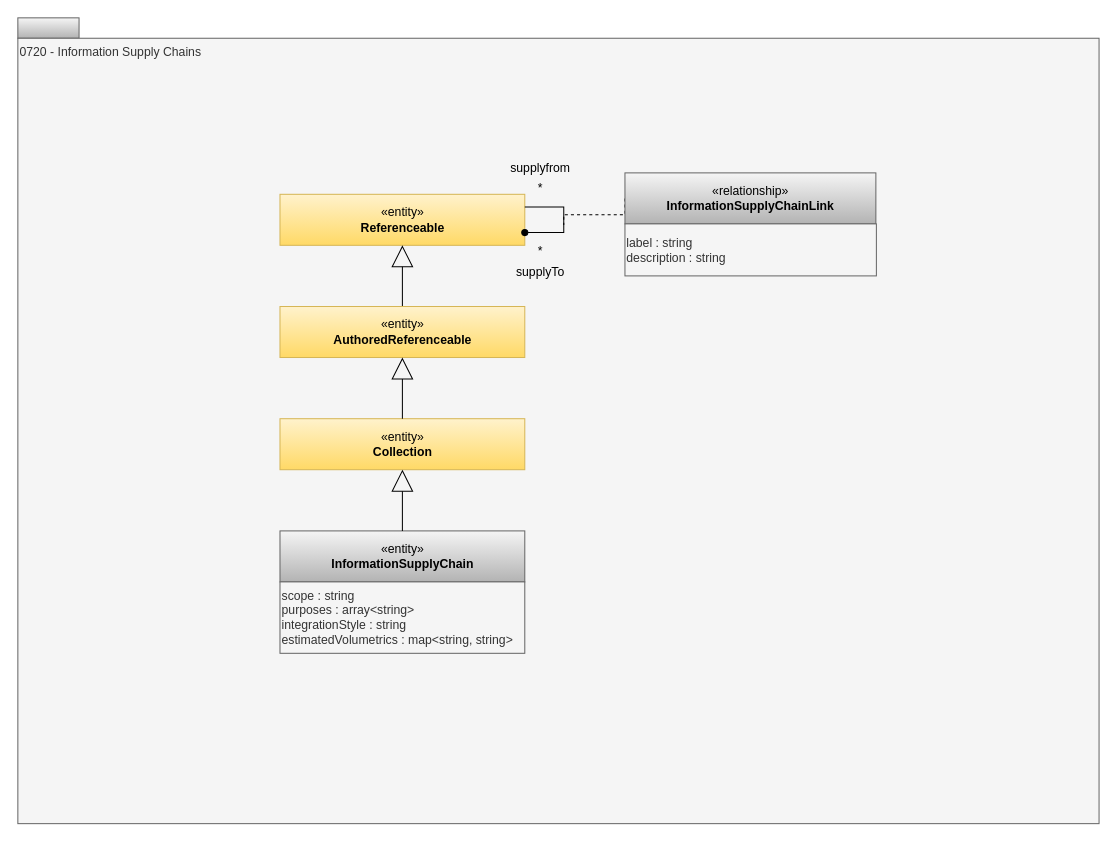
Before: page "0720-Information-Supply-Chains" (7 of 19) of site/docs/types/7/area-7-lineage.drawio in odpi/egeria-docs, a draw.io diagram. Source tidied: cells renumbered, new cells numbered last; positions are measured from the earlier drawing's top-left corner, leaving out a move shared by most shapes. Both pictures are drawn from the tidied source at 102%, with x=0, y=0 at pixel (17, 17).
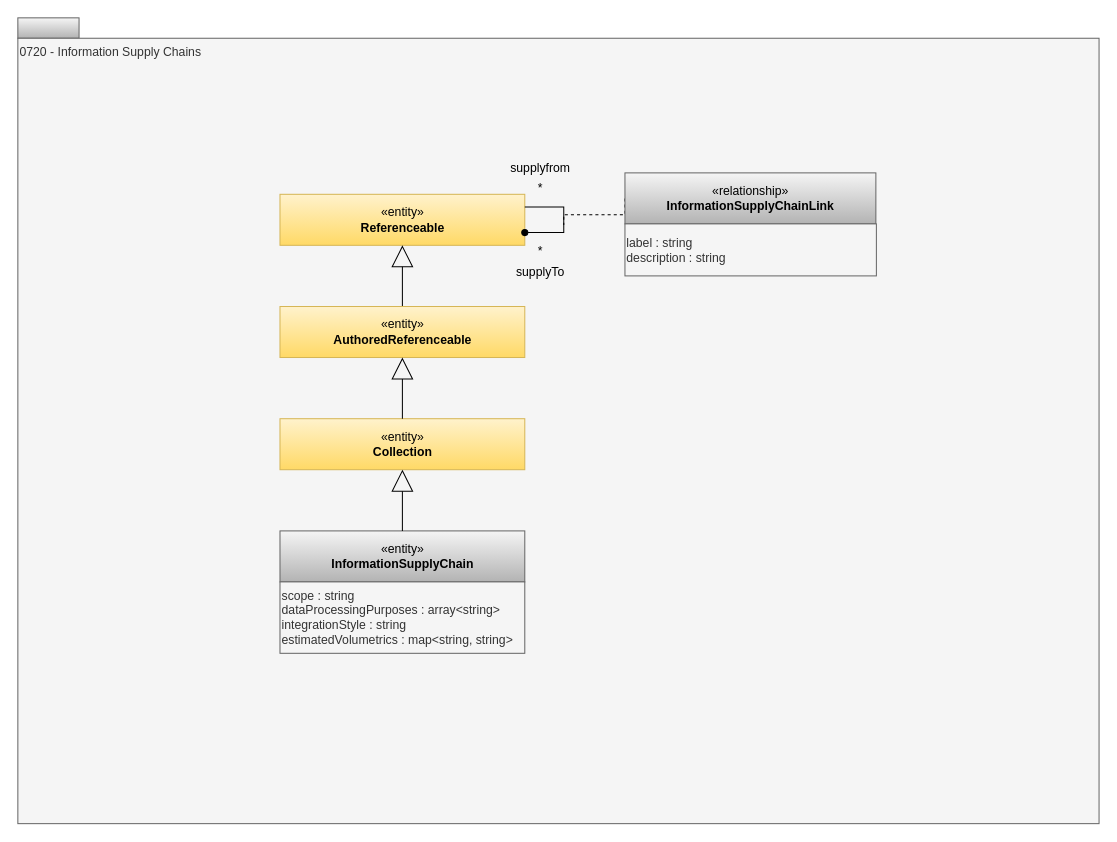
Above is the later version.

Change to the diagram source:
```diff
@@
-    <mxCell id="7" value="scope : string&lt;br&gt;purposes : array&amp;lt;string&amp;gt;&lt;br&gt;&lt;div style=&quot;text-align: left&quot;&gt;&lt;/div&gt;&lt;div&gt;integrationStyle : string&lt;br&gt;estimatedVolumetrics : map&amp;lt;string, string&amp;gt;&lt;/div&gt;" style="rounded=0;whiteSpace=wrap;html=1;strokeColor=#666666;align=left;fillColor=#f5f5f5;fontColor=#333333;" parent="1" vertex="1">
+    <mxCell id="7" value="scope : string&lt;br&gt;dataProcessingPurposes : array&amp;lt;string&amp;gt;&lt;br&gt;&lt;div style=&quot;text-align: left&quot;&gt;&lt;/div&gt;&lt;div&gt;integrationStyle : string&lt;br&gt;estimatedVolumetrics : map&amp;lt;string, string&amp;gt;&lt;/div&gt;" style="rounded=0;whiteSpace=wrap;html=1;strokeColor=#666666;align=left;fillColor=#f5f5f5;fontColor=#333333;" parent="1" vertex="1">
       <mxGeometry x="257" y="553" width="240" height="70" as="geometry" />
     </mxCell>
```
